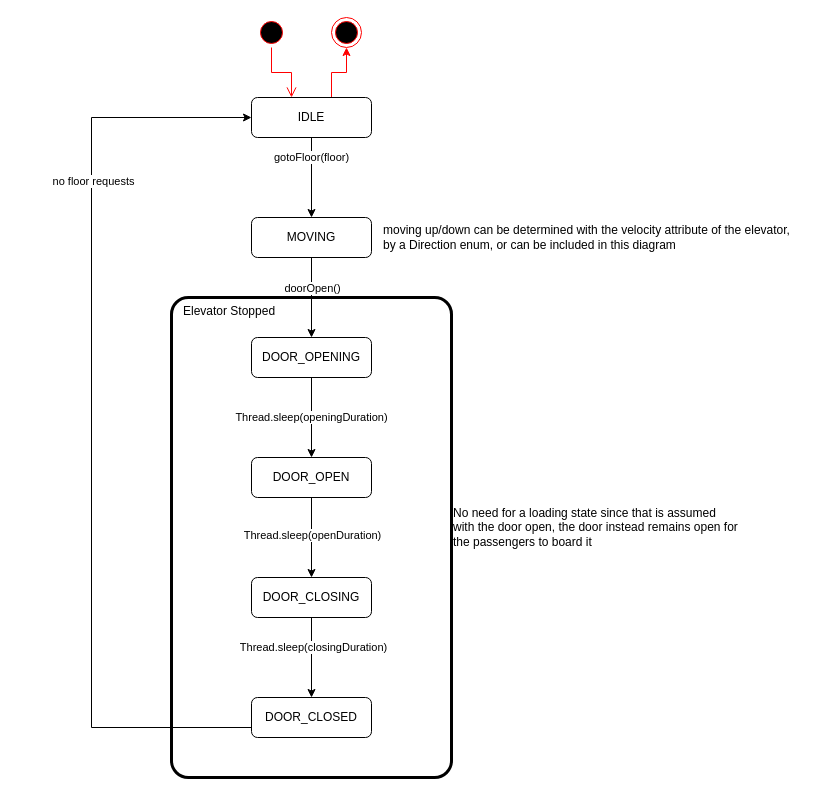
Above: page "elevator" (1 of 2) of docs/state-diagram/state-diagram.drawio in Nicerice96/3303---Elevator (draw.io), before the change. Source tidied: cells renumbered, new cells numbered last; positions are measured from the earlier drawing's top-left corner, leaving out a move shared by most shapes. Both pictures are drawn from the tidied source at 100%, with x=0, y=0 at pixel (91, 17).
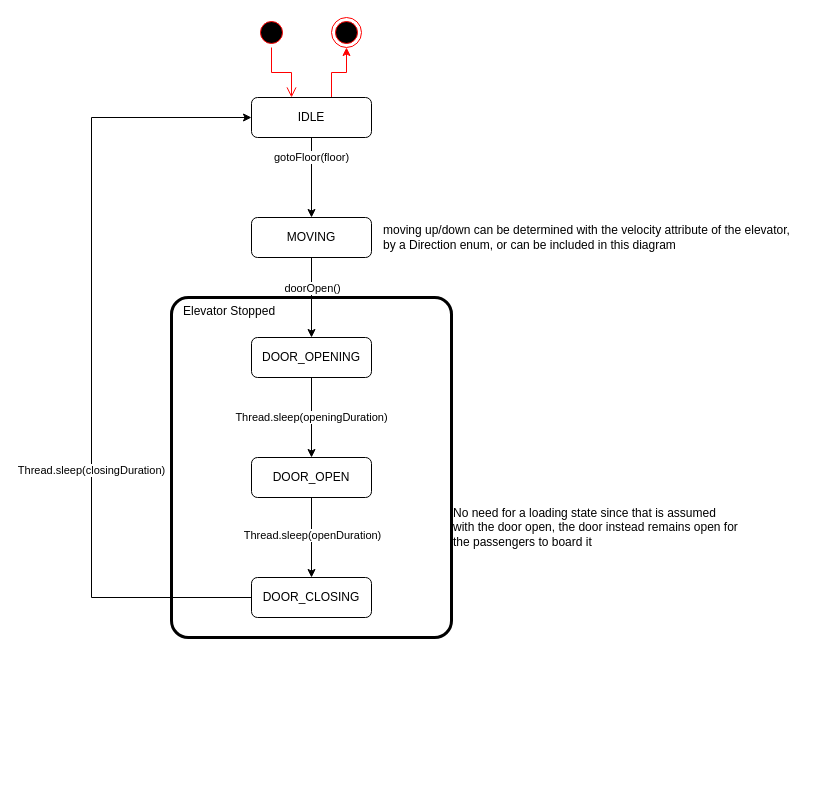
After the change.

The change refers to these unchanged cells:
```xml
<mxCell id="5" value="IDLE" style="rounded=1;whiteSpace=wrap;html=1;" parent="1" vertex="1">
  <mxGeometry x="160" y="80" width="120" height="40" as="geometry" />
</mxCell>
<mxCell id="13" value="DOOR_CLOSING" style="rounded=1;whiteSpace=wrap;html=1;" parent="1" vertex="1">
  <mxGeometry x="160" y="560" width="120" height="40" as="geometry" />
</mxCell>
```

The edit, as a diff of the source:
```diff
@@
     <mxCell id="2" value="&amp;nbsp; &amp;nbsp;Elevator Stopped" style="rounded=1;whiteSpace=wrap;html=1;fillColor=none;verticalAlign=top;align=left;strokeWidth=3;arcSize=6;" parent="1" vertex="1">
-      <mxGeometry x="80" y="280" width="280" height="480" as="geometry" />
+      <mxGeometry x="80" y="280" width="280" height="340" as="geometry" />
     </mxCell>
@@
-    <mxCell id="11" style="edgeStyle=orthogonalEdgeStyle;rounded=0;jettySize=auto;html=1;entryX=0.5;entryY=0;entryDx=0;entryDy=0;" parent="1" edge="1" source="13" target="19">
-      <mxGeometry relative="1" as="geometry" />
+    <mxCell id="11" style="edgeStyle=orthogonalEdgeStyle;rounded=0;jettySize=auto;html=1;" parent="1" edge="1" source="13" target="5">
+      <mxGeometry relative="1" as="geometry">
+        <Array as="points">
+          <mxPoint y="580" />
+          <mxPoint y="100" />
+        </Array>
+      </mxGeometry>
     </mxCell>
@@
-    <mxCell id="17" style="edgeStyle=orthogonalEdgeStyle;rounded=0;jettySize=auto;html=1;" parent="1" edge="1" source="19" target="5">
-      <mxGeometry relative="1" as="geometry">
-        <Array as="points">
-          <mxPoint y="710" />
-          <mxPoint y="100" />
-        </Array>
-      </mxGeometry>
-    </mxCell>
-    <mxCell id="18" value="no floor requests" style="edgeLabel;html=1;align=center;verticalAlign=middle;" parent="17" vertex="1">
-      <mxGeometry x="0.39" y="-1" relative="1" as="geometry">
-        <mxPoint y="-61" as="offset" />
-      </mxGeometry>
-    </mxCell>
-    <mxCell id="19" value="DOOR_CLOSED" style="rounded=1;whiteSpace=wrap;html=1;" parent="1" vertex="1">
-      <mxGeometry x="160" y="680" width="120" height="40" as="geometry" />
-    </mxCell>
```
